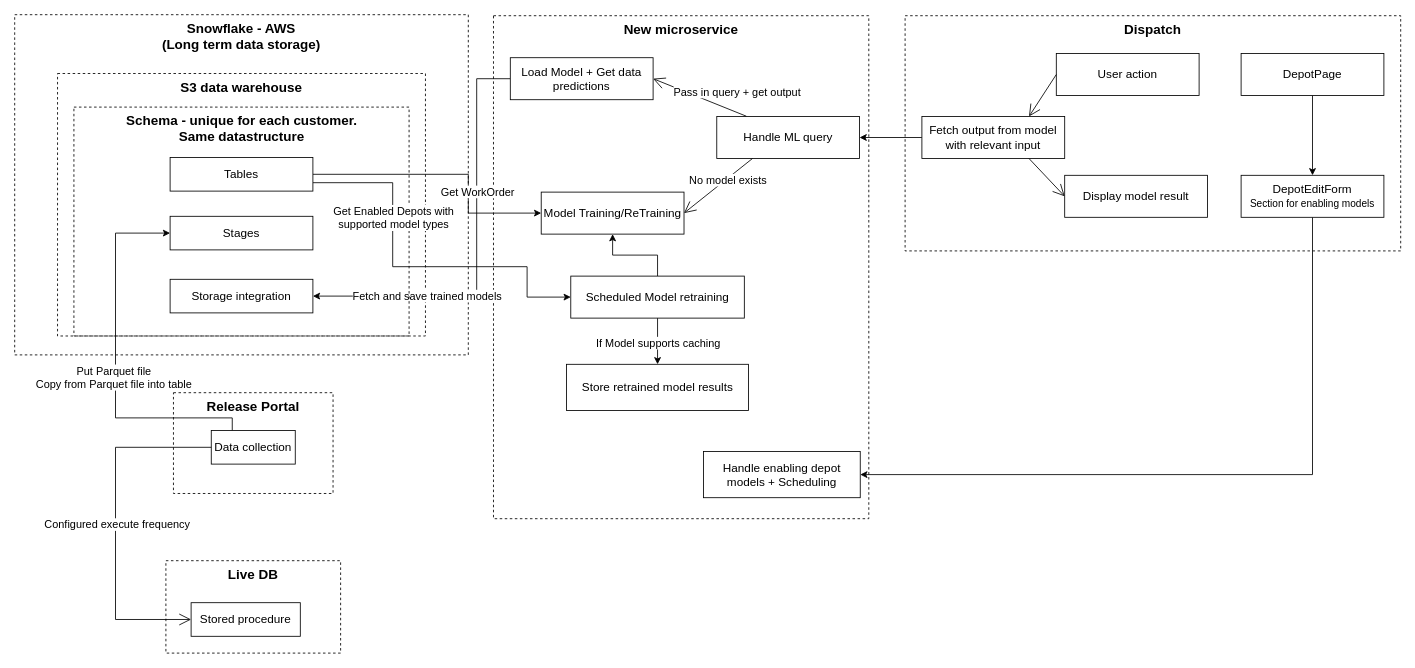
The draw.io diagram ML model workflow.drawio in gbates-e2open/drawioFiles, before the edit. Source tidied: cells renumbered, new cells numbered last; positions are measured from the earlier drawing's top-left corner, leaving out a move shared by most shapes. Both pictures are drawn from the tidied source at 84%, with x=0, y=0 at pixel (14, 14).
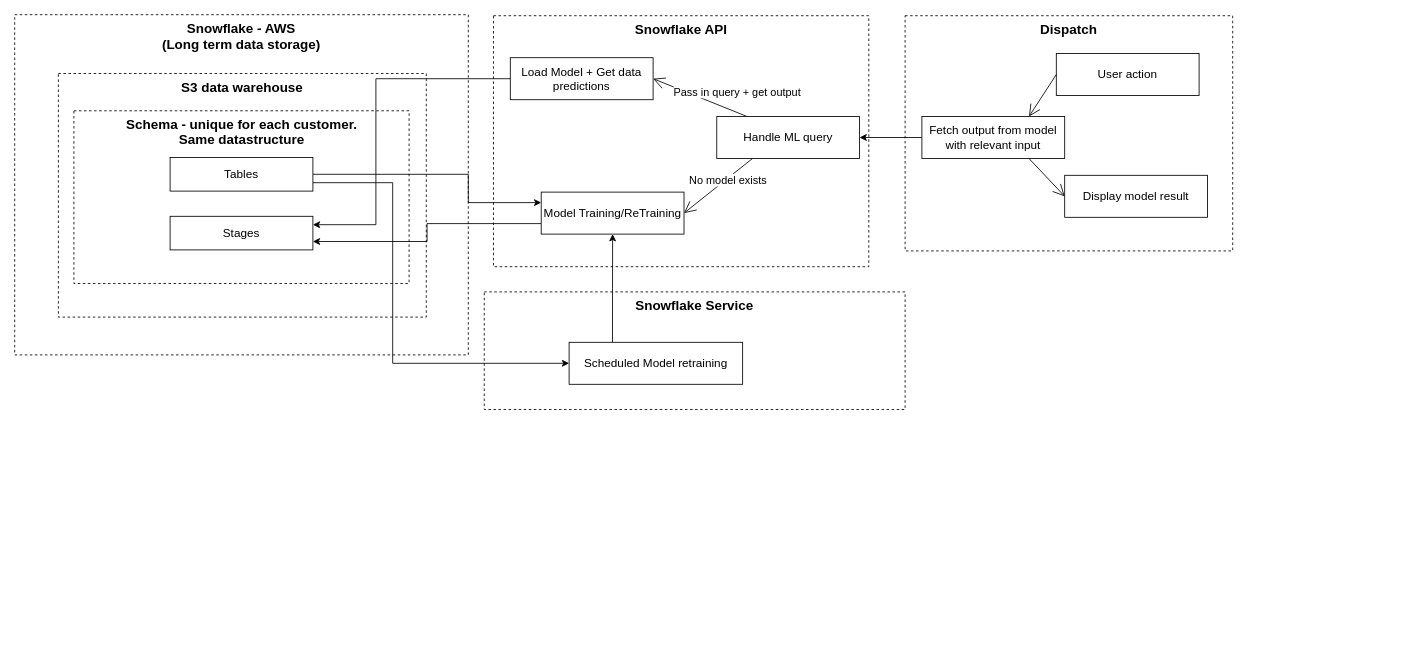
After the change.

The change refers to these unchanged cells:
```xml
<mxCell id="14" value="Model Training/ReTraining" style="whiteSpace=wrap;html=1;align=center;fontSize=14;" parent="1" vertex="1">
  <mxGeometry x="626.8" y="211.2" width="170" height="50" as="geometry" />
</mxCell>
<mxCell id="22" value="Load Model + Get data predictions" style="whiteSpace=wrap;html=1;align=center;fontSize=14;" parent="1" vertex="1">
  <mxGeometry x="590" y="51.2" width="170" height="50" as="geometry" />
</mxCell>
<mxCell id="43" value="Tables" style="whiteSpace=wrap;html=1;align=center;fontSize=14;" parent="1" vertex="1">
  <mxGeometry x="185" y="170" width="170" height="40" as="geometry" />
</mxCell>
<mxCell id="44" value="Stages" style="whiteSpace=wrap;html=1;align=center;fontSize=14;" parent="1" vertex="1">
  <mxGeometry x="185" y="240" width="170" height="40" as="geometry" />
</mxCell>
```

What changed in the source:
```diff
@@
+    <mxCell id="47" value="&lt;font style=&quot;font-size: 16px;&quot;&gt;&lt;b&gt;Snowflake Service&lt;/b&gt;&lt;/font&gt;" style="html=1;whiteSpace=wrap;dashed=1;gradientColor=default;fillColor=none;labelPosition=center;verticalLabelPosition=middle;align=center;verticalAlign=top;" parent="1" vertex="1">
+      <mxGeometry x="559" y="330" width="501" height="140" as="geometry" />
+    </mxCell>
-    <mxCell id="2" value="&lt;font style=&quot;font-size: 16px;&quot;&gt;&lt;b&gt;New microservice&lt;/b&gt;&lt;/font&gt;" style="html=1;whiteSpace=wrap;dashed=1;gradientColor=default;fillColor=none;labelPosition=center;verticalLabelPosition=middle;align=center;verticalAlign=top;" parent="1" vertex="1">
-      <mxGeometry x="570" y="1.2" width="446.8" height="598.8" as="geometry" />
+    <mxCell id="2" value="&lt;font style=&quot;font-size: 16px;&quot;&gt;&lt;b&gt;Snowflake API&lt;/b&gt;&lt;/font&gt;" style="html=1;whiteSpace=wrap;dashed=1;gradientColor=default;fillColor=none;labelPosition=center;verticalLabelPosition=middle;align=center;verticalAlign=top;" parent="1" vertex="1">
+      <mxGeometry x="570" y="1.2" width="446.8" height="298.8" as="geometry" />
     </mxCell>
     <mxCell id="3" value="&lt;span style=&quot;font-size: 16px;&quot;&gt;&lt;b&gt;Dispatch&lt;/b&gt;&lt;/span&gt;" style="html=1;whiteSpace=wrap;dashed=1;gradientColor=default;fillColor=none;labelPosition=center;verticalLabelPosition=middle;align=center;verticalAlign=top;" parent="1" vertex="1">
-      <mxGeometry x="1060" y="1.2" width="590" height="280" as="geometry" />
+      <mxGeometry x="1060" y="1.2" width="390" height="280" as="geometry" />
     </mxCell>
-    <mxCell id="4" value="&lt;font style=&quot;font-size: 16px;&quot;&gt;&lt;b&gt;Release Portal&lt;/b&gt;&lt;/font&gt;" style="html=1;whiteSpace=wrap;dashed=1;gradientColor=default;fillColor=none;labelPosition=center;verticalLabelPosition=middle;align=center;verticalAlign=top;" parent="1" vertex="1">
-      <mxGeometry x="189" y="450" width="190" height="120" as="geometry" />
-    </mxCell>
-    <mxCell id="5" style="edgeStyle=orthogonalEdgeStyle;rounded=0;jettySize=auto;html=1;exitX=0.25;exitY=0;exitDx=0;exitDy=0;entryX=0;entryY=0.5;entryDx=0;entryDy=0;" parent="1" edge="1" source="7" target="44">
-      <mxGeometry relative="1" as="geometry">
-        <Array as="points">
-          <mxPoint x="259" y="480" />
-          <mxPoint x="120" y="480" />
-          <mxPoint x="120" y="260" />
-        </Array>
-      </mxGeometry>
-    </mxCell>
-    <mxCell id="6" value="&lt;font style=&quot;font-size: 13px;&quot;&gt;Put Parquet file&lt;/font&gt;&lt;div&gt;&lt;font style=&quot;font-size: 13px;&quot;&gt;Copy from Parquet file into table&lt;/font&gt;&lt;/div&gt;" style="edgeLabel;html=1;align=center;verticalAlign=middle;" parent="5" vertex="1">
-      <mxGeometry x="-0.08" y="3" relative="1" as="geometry">
-        <mxPoint y="-1" as="offset" />
-      </mxGeometry>
-    </mxCell>
-    <mxCell id="7" value="Data collection" style="whiteSpace=wrap;html=1;align=center;fontSize=14;" parent="1" vertex="1">
-      <mxGeometry x="234" y="495" width="100" height="40" as="geometry" />
-    </mxCell>
-    <mxCell id="8" value="&lt;span style=&quot;font-size: 16px;&quot;&gt;&lt;b&gt;Live DB&lt;/b&gt;&lt;/span&gt;" style="html=1;whiteSpace=wrap;dashed=1;gradientColor=default;fillColor=none;labelPosition=center;verticalLabelPosition=middle;align=center;verticalAlign=top;" parent="1" vertex="1">
-      <mxGeometry x="180" y="650" width="208" height="110" as="geometry" />
-    </mxCell>
-    <mxCell id="9" value="Stored procedure" style="whiteSpace=wrap;html=1;align=center;fontSize=14;" parent="1" vertex="1">
-      <mxGeometry x="210" y="700" width="130" height="40" as="geometry" />
-    </mxCell>
-    <mxCell id="10" style="endArrow=open;endFill=1;endSize=12;html=1;rounded=0;entryX=0;entryY=0.5;entryDx=0;entryDy=0;" parent="1" edge="1" target="9">
-      <mxGeometry relative="1" as="geometry">
-        <mxPoint x="234" y="515" as="sourcePoint" />
-        <Array as="points">
-          <mxPoint x="120" y="515" />
-          <mxPoint x="120" y="720" />
-        </Array>
-      </mxGeometry>
-    </mxCell>
-    <mxCell id="11" value="Configured execute frequency" style="edgeLabel;html=1;align=center;verticalAlign=middle;fontSize=13;" parent="10" vertex="1">
-      <mxGeometry x="-0.12" y="1" relative="1" as="geometry">
-        <mxPoint y="25" as="offset" />
-      </mxGeometry>
-    </mxCell>
@@
     <mxCell id="13" value="S3 data warehouse" style="whiteSpace=wrap;html=1;align=center;fontSize=16;dashed=1;fillColor=none;verticalAlign=top;fontStyle=1;" parent="1" vertex="1">
-      <mxGeometry x="51" y="70" width="438" height="312.5" as="geometry" />
+      <mxGeometry x="52" y="70" width="438" height="290" as="geometry" />
     </mxCell>
+    <mxCell id="48" style="edgeStyle=orthogonalEdgeStyle;rounded=0;jettySize=auto;html=1;exitX=0;exitY=0.75;exitDx=0;exitDy=0;entryX=1;entryY=0.75;entryDx=0;entryDy=0;" parent="1" edge="1" source="14" target="44">
+      <mxGeometry relative="1" as="geometry" />
+    </mxCell>
@@
-    <mxCell id="20" style="edgeStyle=orthogonalEdgeStyle;rounded=0;jettySize=auto;html=1;exitX=0;exitY=0.5;exitDx=0;exitDy=0;entryX=1;entryY=0.5;entryDx=0;entryDy=0;" parent="1" edge="1" source="22" target="45">
+    <mxCell id="20" style="edgeStyle=orthogonalEdgeStyle;rounded=0;jettySize=auto;html=1;exitX=0;exitY=0.5;exitDx=0;exitDy=0;entryX=1;entryY=0.25;entryDx=0;entryDy=0;" parent="1" edge="1" source="22" target="44">
       <mxGeometry relative="1" as="geometry">
         <Array as="points">
-          <mxPoint x="550" y="76" />
-          <mxPoint x="550" y="335" />
+          <mxPoint x="430" y="76" />
+          <mxPoint x="430" y="250" />
         </Array>
       </mxGeometry>
     </mxCell>
-    <mxCell id="21" value="&lt;font style=&quot;font-size: 13px;&quot;&gt;Fetch and save trained models&lt;/font&gt;" style="edgeLabel;html=1;align=center;verticalAlign=middle;" parent="20" vertex="1">
-      <mxGeometry x="0.06" relative="1" as="geometry">
-        <mxPoint x="-60" y="36" as="offset" />
-      </mxGeometry>
-    </mxCell>
@@
-    <mxCell id="29" style="edgeStyle=orthogonalEdgeStyle;rounded=0;jettySize=auto;html=1;exitX=0.5;exitY=1;exitDx=0;exitDy=0;" parent="1" edge="1" source="30" target="32">
-      <mxGeometry relative="1" as="geometry" />
-    </mxCell>
-    <mxCell id="30" value="DepotPage" style="whiteSpace=wrap;html=1;align=center;fontSize=14;" parent="1" vertex="1">
-      <mxGeometry x="1460" y="46.2" width="170" height="50" as="geometry" />
-    </mxCell>
-    <mxCell id="31" style="edgeStyle=orthogonalEdgeStyle;rounded=0;jettySize=auto;html=1;exitX=0.5;exitY=1;exitDx=0;exitDy=0;entryX=1;entryY=0.5;entryDx=0;entryDy=0;" parent="1" edge="1" source="32" target="46">
-      <mxGeometry relative="1" as="geometry" />
-    </mxCell>
-    <mxCell id="32" value="DepotEditForm&lt;div&gt;&lt;font style=&quot;font-size: 12px;&quot;&gt;Section for enabling models&lt;/font&gt;&lt;/div&gt;" style="whiteSpace=wrap;html=1;align=center;fontSize=14;" parent="1" vertex="1">
-      <mxGeometry x="1460" y="191.2" width="170" height="50" as="geometry" />
-    </mxCell>
-    <mxCell id="33" style="edgeStyle=orthogonalEdgeStyle;rounded=0;jettySize=auto;html=1;exitX=0.5;exitY=1;exitDx=0;exitDy=0;entryX=0.5;entryY=0;entryDx=0;entryDy=0;" parent="1" edge="1" source="36" target="37">
-      <mxGeometry relative="1" as="geometry" />
-    </mxCell>
-    <mxCell id="34" value="If Model supports caching" style="edgeLabel;html=1;align=center;verticalAlign=middle;fontSize=13;" parent="33" vertex="1">
-      <mxGeometry x="0.07" relative="1" as="geometry" />
-    </mxCell>
+    <mxCell id="38" value="Schema - unique for each customer.&lt;br&gt;Same datastructure" style="whiteSpace=wrap;html=1;align=center;fontSize=16;dashed=1;fillColor=none;verticalAlign=top;fontStyle=1;" parent="1" vertex="1">
+      <mxGeometry x="70.5" y="114.4" width="399" height="205.6" as="geometry" />
+    </mxCell>
-    <mxCell id="35" style="edgeStyle=orthogonalEdgeStyle;rounded=0;jettySize=auto;html=1;exitX=0.5;exitY=0;exitDx=0;exitDy=0;entryX=0.5;entryY=1;entryDx=0;entryDy=0;" parent="1" edge="1" source="36" target="14">
+    <mxCell id="35" style="edgeStyle=orthogonalEdgeStyle;rounded=0;jettySize=auto;html=1;exitX=0.25;exitY=0;exitDx=0;exitDy=0;entryX=0.5;entryY=1;entryDx=0;entryDy=0;" parent="1" edge="1" source="36" target="14">
       <mxGeometry relative="1" as="geometry" />
     </mxCell>
     <mxCell id="36" value="Scheduled Model retraining" style="whiteSpace=wrap;html=1;align=center;fontSize=14;" parent="1" vertex="1">
-      <mxGeometry x="662" y="311.2" width="206.6" height="50" as="geometry" />
+      <mxGeometry x="660" y="390" width="206.6" height="50" as="geometry" />
     </mxCell>
-    <mxCell id="37" value="Store retrained model results" style="whiteSpace=wrap;html=1;align=center;fontSize=14;" parent="1" vertex="1">
-      <mxGeometry x="657" y="416.2" width="216.6" height="55" as="geometry" />
-    </mxCell>
-    <mxCell id="38" value="Schema - unique for each customer.&lt;br&gt;Same datastructure" style="whiteSpace=wrap;html=1;align=center;fontSize=16;dashed=1;fillColor=none;verticalAlign=top;fontStyle=1;" parent="1" vertex="1">
-      <mxGeometry x="70.5" y="110" width="399" height="272.5" as="geometry" />
-    </mxCell>
-    <mxCell id="39" style="edgeStyle=orthogonalEdgeStyle;rounded=0;jettySize=auto;html=1;exitX=1;exitY=0.5;exitDx=0;exitDy=0;entryX=0;entryY=0.5;entryDx=0;entryDy=0;" parent="1" edge="1" source="43" target="14">
+    <mxCell id="39" style="edgeStyle=orthogonalEdgeStyle;rounded=0;jettySize=auto;html=1;exitX=1;exitY=0.5;exitDx=0;exitDy=0;entryX=0;entryY=0.25;entryDx=0;entryDy=0;" parent="1" edge="1" source="43" target="14">
       <mxGeometry relative="1" as="geometry">
         <Array as="points">
           <mxPoint x="540" y="190" />
-          <mxPoint x="540" y="236" />
+          <mxPoint x="540" y="224" />
         </Array>
       </mxGeometry>
     </mxCell>
-    <mxCell id="40" value="&lt;font style=&quot;font-size: 13px;&quot;&gt;Get WorkOrder&lt;/font&gt;" style="edgeLabel;html=1;align=center;verticalAlign=middle;" parent="39" vertex="1">
-      <mxGeometry x="-0.47" y="1" relative="1" as="geometry">
-        <mxPoint x="111" y="21" as="offset" />
-      </mxGeometry>
-    </mxCell>
     <mxCell id="41" style="edgeStyle=orthogonalEdgeStyle;rounded=0;jettySize=auto;html=1;exitX=1;exitY=0.75;exitDx=0;exitDy=0;entryX=0;entryY=0.5;entryDx=0;entryDy=0;" parent="1" edge="1" source="43" target="36">
       <mxGeometry relative="1" as="geometry">
         <Array as="points">
           <mxPoint x="450" y="200" />
-          <mxPoint x="450" y="300" />
-          <mxPoint x="610" y="300" />
-          <mxPoint x="610" y="336" />
+          <mxPoint x="450" y="415" />
         </Array>
       </mxGeometry>
     </mxCell>
-    <mxCell id="42" value="&lt;font style=&quot;font-size: 13px;&quot;&gt;Get Enabled Depots with&lt;/font&gt;&lt;div&gt;&lt;font style=&quot;font-size: 13px;&quot;&gt;supported model types&lt;/font&gt;&lt;/div&gt;" style="edgeLabel;html=1;align=center;verticalAlign=middle;" parent="41" vertex="1">
-      <mxGeometry x="0.18" relative="1" as="geometry">
-        <mxPoint x="-66" y="-59" as="offset" />
-      </mxGeometry>
-    </mxCell>
@@
-    <mxCell id="45" value="Storage integration" style="whiteSpace=wrap;html=1;align=center;fontSize=14;" parent="1" vertex="1">
-      <mxGeometry x="185" y="315" width="170" height="40" as="geometry" />
-    </mxCell>
-    <mxCell id="46" value="Handle enabling depot models + Scheduling" style="whiteSpace=wrap;html=1;align=center;fontSize=14;" parent="1" vertex="1">
-      <mxGeometry x="820" y="520" width="186.6" height="55" as="geometry" />
-    </mxCell>
```
